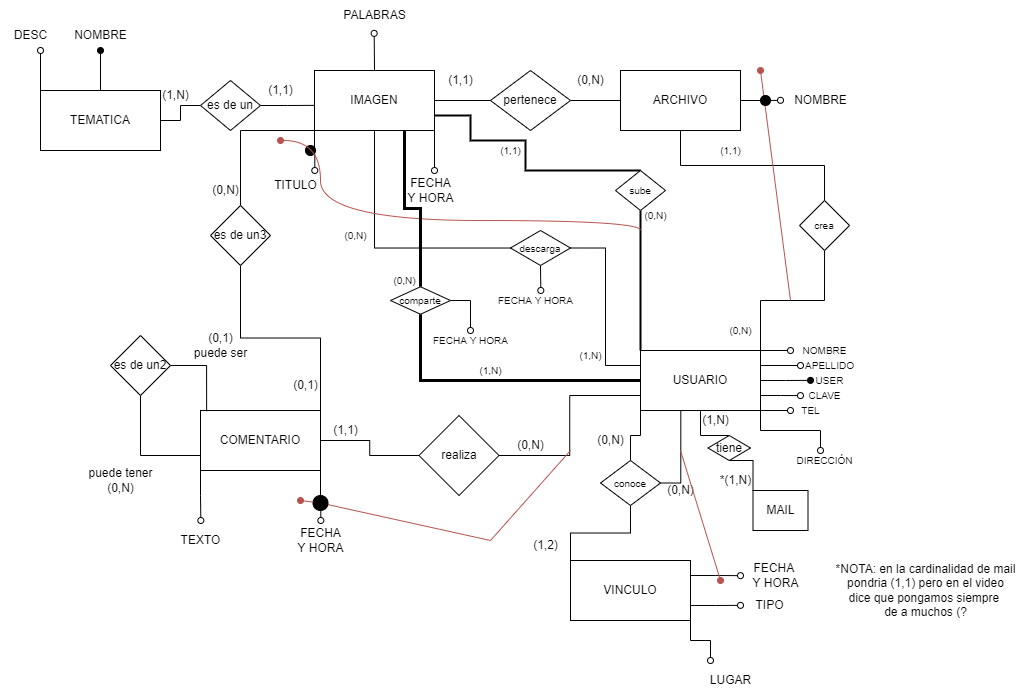
This is PRACTICA 2/Parte1/Ejercicio2/Ejercicio2-logico.png from agusrnfr/DBD, a draw.io export, as it was before one commit. Source tidied: cells renumbered, new cells last; positions are measured from the earlier drawing's top-left corner, leaving out a move shared by most shapes.
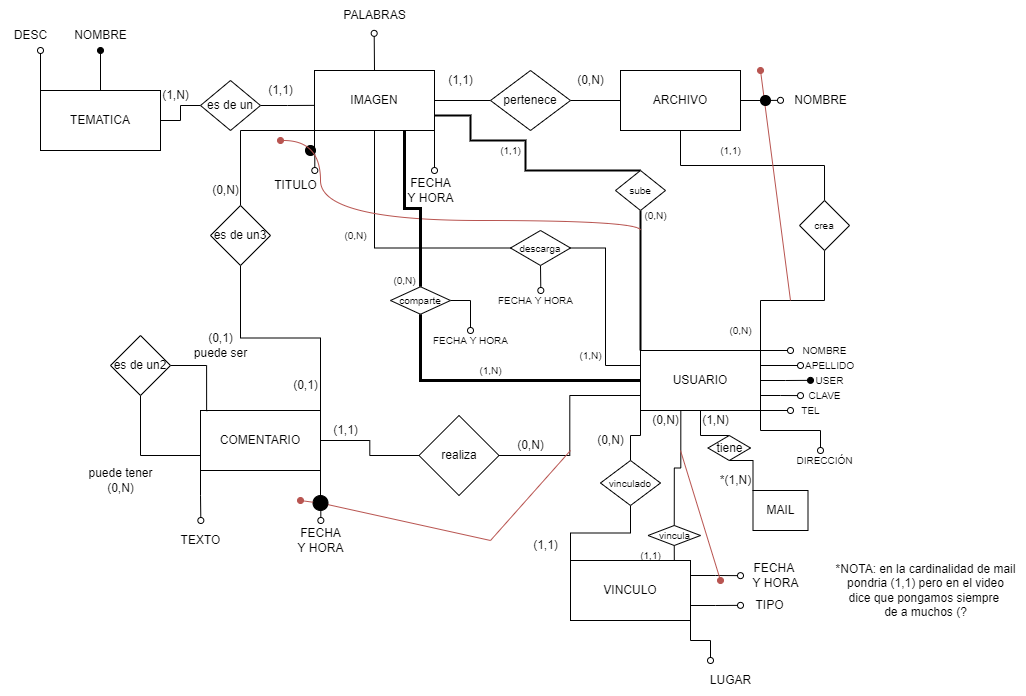
The same diagram one commit later.

Diff of the diagram source:
```diff
@@ -109,6 +109,9 @@
         <mxPoint x="710" y="660" as="targetPoint" />
       </mxGeometry>
     </mxCell>
+    <mxCell id="115" style="edgeStyle=orthogonalEdgeStyle;rounded=0;jettySize=auto;html=1;exitX=0.75;exitY=0;exitDx=0;exitDy=0;entryX=0.5;entryY=1;entryDx=0;entryDy=0;fontSize=10;endArrow=none;endFill=0;" parent="1" edge="1" source="27" target="116">
+      <mxGeometry relative="1" as="geometry" />
+    </mxCell>
     <mxCell id="27" value="VINCULO" style="whiteSpace=wrap;html=1;" parent="1" vertex="1">
       <mxGeometry x="570" y="560" width="120" height="60" as="geometry" />
     </mxCell>
@@ -292,20 +295,20 @@
     <mxCell id="77" style="edgeStyle=orthogonalEdgeStyle;rounded=0;jettySize=auto;html=1;exitX=0.5;exitY=1;exitDx=0;exitDy=0;entryX=0;entryY=0;entryDx=0;entryDy=0;fontSize=10;fontColor=#000000;startArrow=none;startFill=0;endArrow=none;endFill=0;" parent="1" edge="1" source="79" target="27">
       <mxGeometry relative="1" as="geometry" />
     </mxCell>
-    <mxCell id="78" style="edgeStyle=orthogonalEdgeStyle;rounded=0;jettySize=auto;html=1;exitX=1;exitY=0.5;exitDx=0;exitDy=0;entryX=0.336;entryY=0.997;entryDx=0;entryDy=0;entryPerimeter=0;fontSize=10;fontColor=#000000;startArrow=none;startFill=0;endArrow=none;endFill=0;" parent="1" edge="1" source="79" target="9">
+    <mxCell id="78" style="edgeStyle=orthogonalEdgeStyle;rounded=0;jettySize=auto;html=1;exitX=0.5;exitY=0;exitDx=0;exitDy=0;entryX=0.336;entryY=0.997;entryDx=0;entryDy=0;entryPerimeter=0;fontSize=10;fontColor=#000000;startArrow=none;startFill=0;endArrow=none;endFill=0;" parent="1" edge="1" source="116" target="9">
       <mxGeometry relative="1" as="geometry" />
     </mxCell>
-    <mxCell id="79" value="conoce" style="rhombus;whiteSpace=wrap;html=1;fontSize=10;fontColor=#000000;fillColor=#FFFFFF;" parent="1" vertex="1">
+    <mxCell id="79" value="vinculado" style="rhombus;whiteSpace=wrap;html=1;fontSize=10;fontColor=#000000;fillColor=#FFFFFF;" parent="1" vertex="1">
       <mxGeometry x="600" y="460" width="60" height="45" as="geometry" />
     </mxCell>
-    <mxCell id="80" value="(1,2)" style="text;html=1;align=center;verticalAlign=middle;strokeColor=none;fillColor=none;fontSize=12;fontColor=#000000;" parent="1" vertex="1">
+    <mxCell id="80" value="(1,1)" style="text;html=1;align=center;verticalAlign=middle;strokeColor=none;fillColor=none;fontSize=12;fontColor=#000000;" parent="1" vertex="1">
       <mxGeometry x="520" y="530" width="50" height="30" as="geometry" />
     </mxCell>
     <mxCell id="81" value="(0,N)" style="text;html=1;align=center;verticalAlign=middle;strokeColor=none;fillColor=none;fontSize=12;fontColor=#000000;" parent="1" vertex="1">
       <mxGeometry x="585" y="425" width="50" height="30" as="geometry" />
     </mxCell>
     <mxCell id="82" value="(0,N)" style="text;html=1;align=center;verticalAlign=middle;strokeColor=none;fillColor=none;fontSize=12;fontColor=#000000;" parent="1" vertex="1">
-      <mxGeometry x="655" y="475" width="50" height="30" as="geometry" />
+      <mxGeometry x="640" y="405" width="50" height="30" as="geometry" />
     </mxCell>
     <mxCell id="83" style="endArrow=none;html=1;rounded=0;fontSize=12;fontColor=#000000;endFill=0;startArrow=oval;startFill=1;fillColor=#f8cecc;strokeColor=#b85450;" parent="1" edge="1">
       <mxGeometry relative="1" as="geometry">
@@ -418,5 +421,11 @@
     <mxCell id="114" value="*NOTA: en la cardinalidad de mail&lt;br&gt;pondria (1,1) pero en el video&lt;br&gt;dice que pongamos siempre &lt;br&gt;de a muchos (?" style="text;html=1;align=center;verticalAlign=middle;strokeColor=none;fillColor=none;fontSize=12;fontColor=#000000;" parent="1" vertex="1">
       <mxGeometry x="825" y="555" width="200" height="70" as="geometry" />
     </mxCell>
+    <mxCell id="116" value="vincula" style="rhombus;whiteSpace=wrap;html=1;fontSize=10;" parent="1" vertex="1">
+      <mxGeometry x="647.5" y="525" width="52.5" height="20" as="geometry" />
+    </mxCell>
+    <mxCell id="117" value="(1,1)" style="text;html=1;align=center;verticalAlign=middle;strokeColor=none;fillColor=none;fontSize=10;" parent="1" vertex="1">
+      <mxGeometry x="630" y="540" width="40" height="30" as="geometry" />
+    </mxCell>
   </root>
 </mxGraphModel>
```
